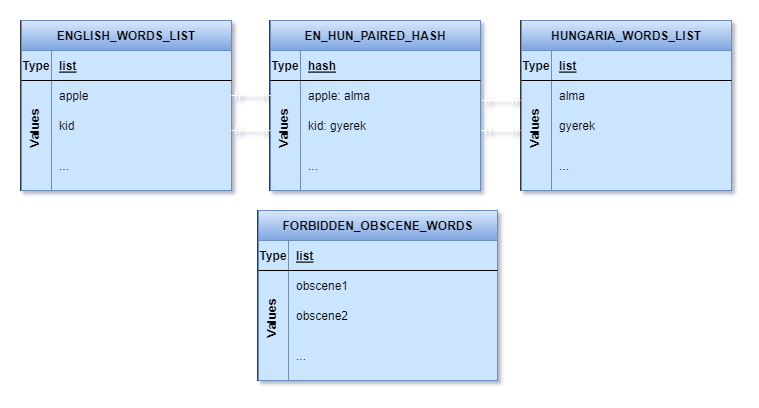
markvarga21/wordMatcherBackend keeps this draw.io diagram as doc/resources/adatbazisModell.png. Above is the earlier version. Source tidied: cells renumbered, new cells last; positions are measured from the earlier drawing's top-left corner, leaving out a move shared by most shapes.
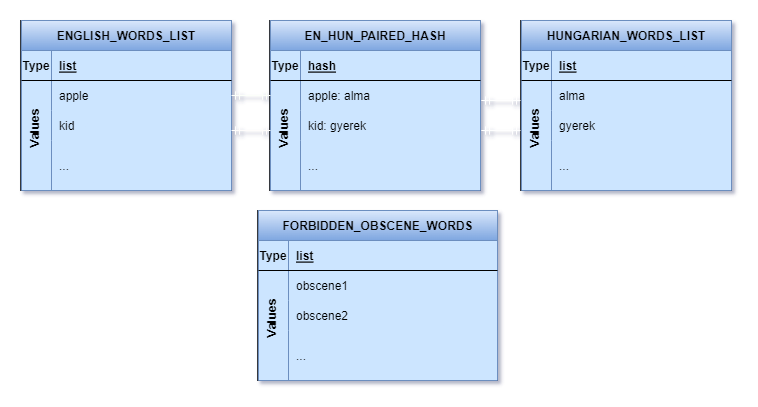
The same file after the commit.

Commit message:
Rendszerterv - adatbázis model javítva

Diff of the diagram source:
```diff
@@ -5,7 +5,7 @@
     <mxCell id="2" style="group;fillColor=#cce5ff;strokeColor=#36393d;" parent="1" vertex="1">
       <mxGeometry x="515" width="211" height="170" as="geometry" />
     </mxCell>
-    <mxCell id="3" value="HUNGARIA_WORDS_LIST" style="shape=table;startSize=30;rowLines=0;fontStyle=1;align=center;fillColor=#dae8fc;strokeColor=#6c8ebf;gradientColor=#7ea6e0;" parent="2" vertex="1">
+    <mxCell id="3" value="HUNGARIAN_WORDS_LIST" style="shape=table;startSize=30;rowLines=0;fontStyle=1;align=center;fillColor=#dae8fc;strokeColor=#6c8ebf;gradientColor=#7ea6e0;" parent="2" vertex="1">
       <mxGeometry x="1" width="210" height="170" as="geometry" />
     </mxCell>
     <mxCell id="4" style="shape=tableRow;horizontal=0;startSize=0;swimlaneHead=0;swimlaneBody=0;fillColor=none;top=0;left=0;right=0;bottom=1;" parent="3" vertex="1">
```
